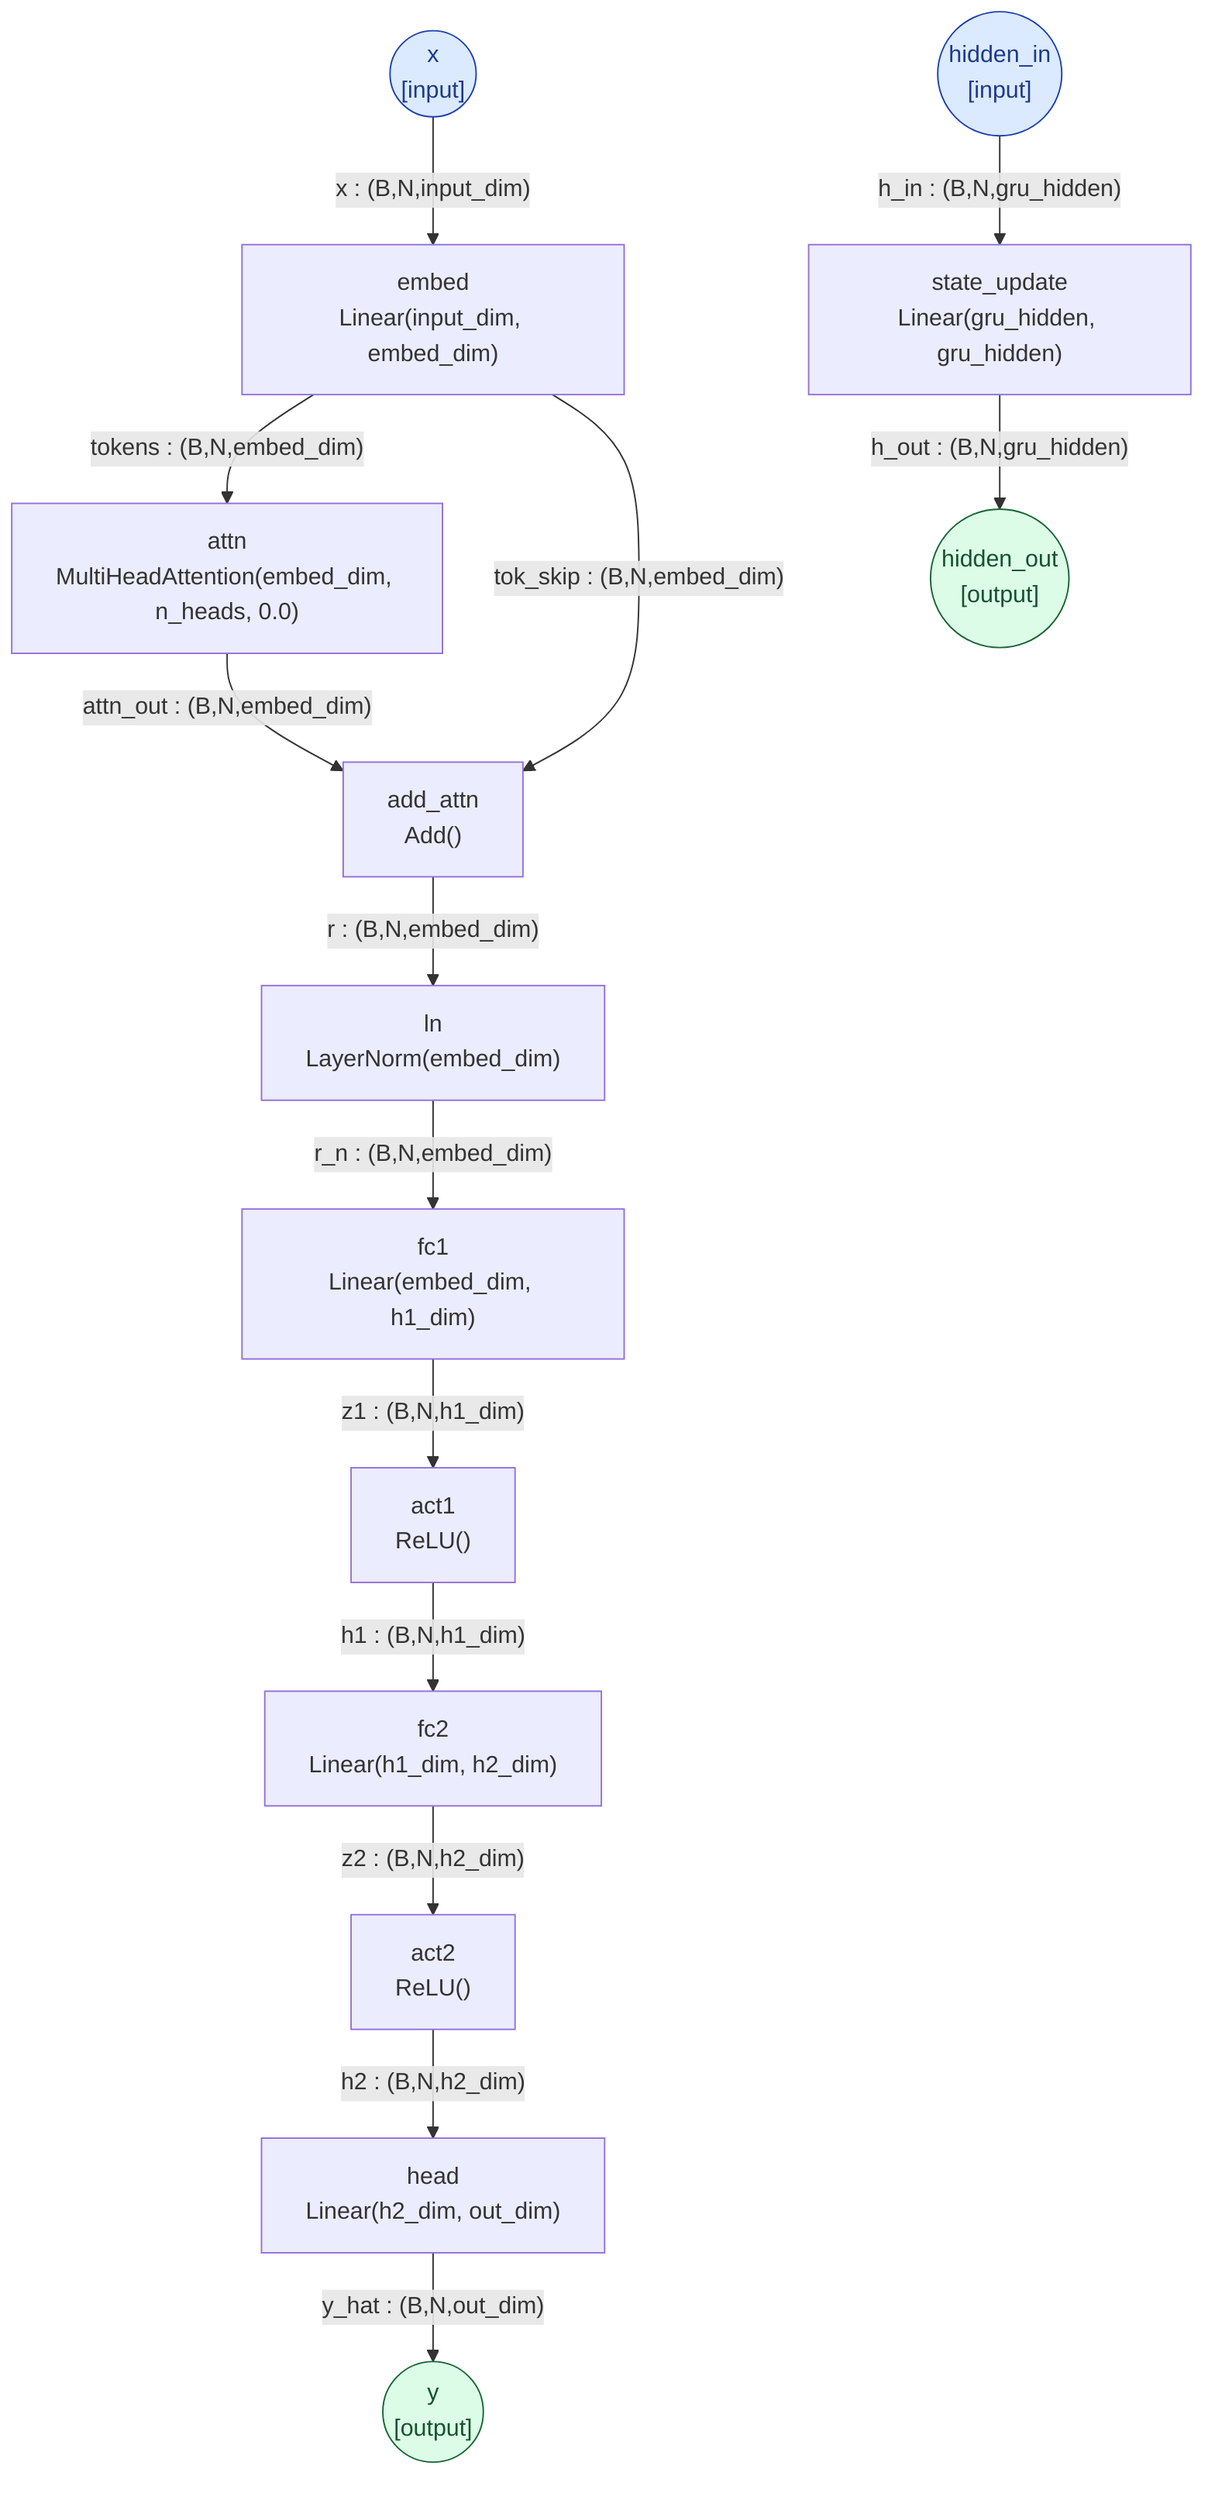
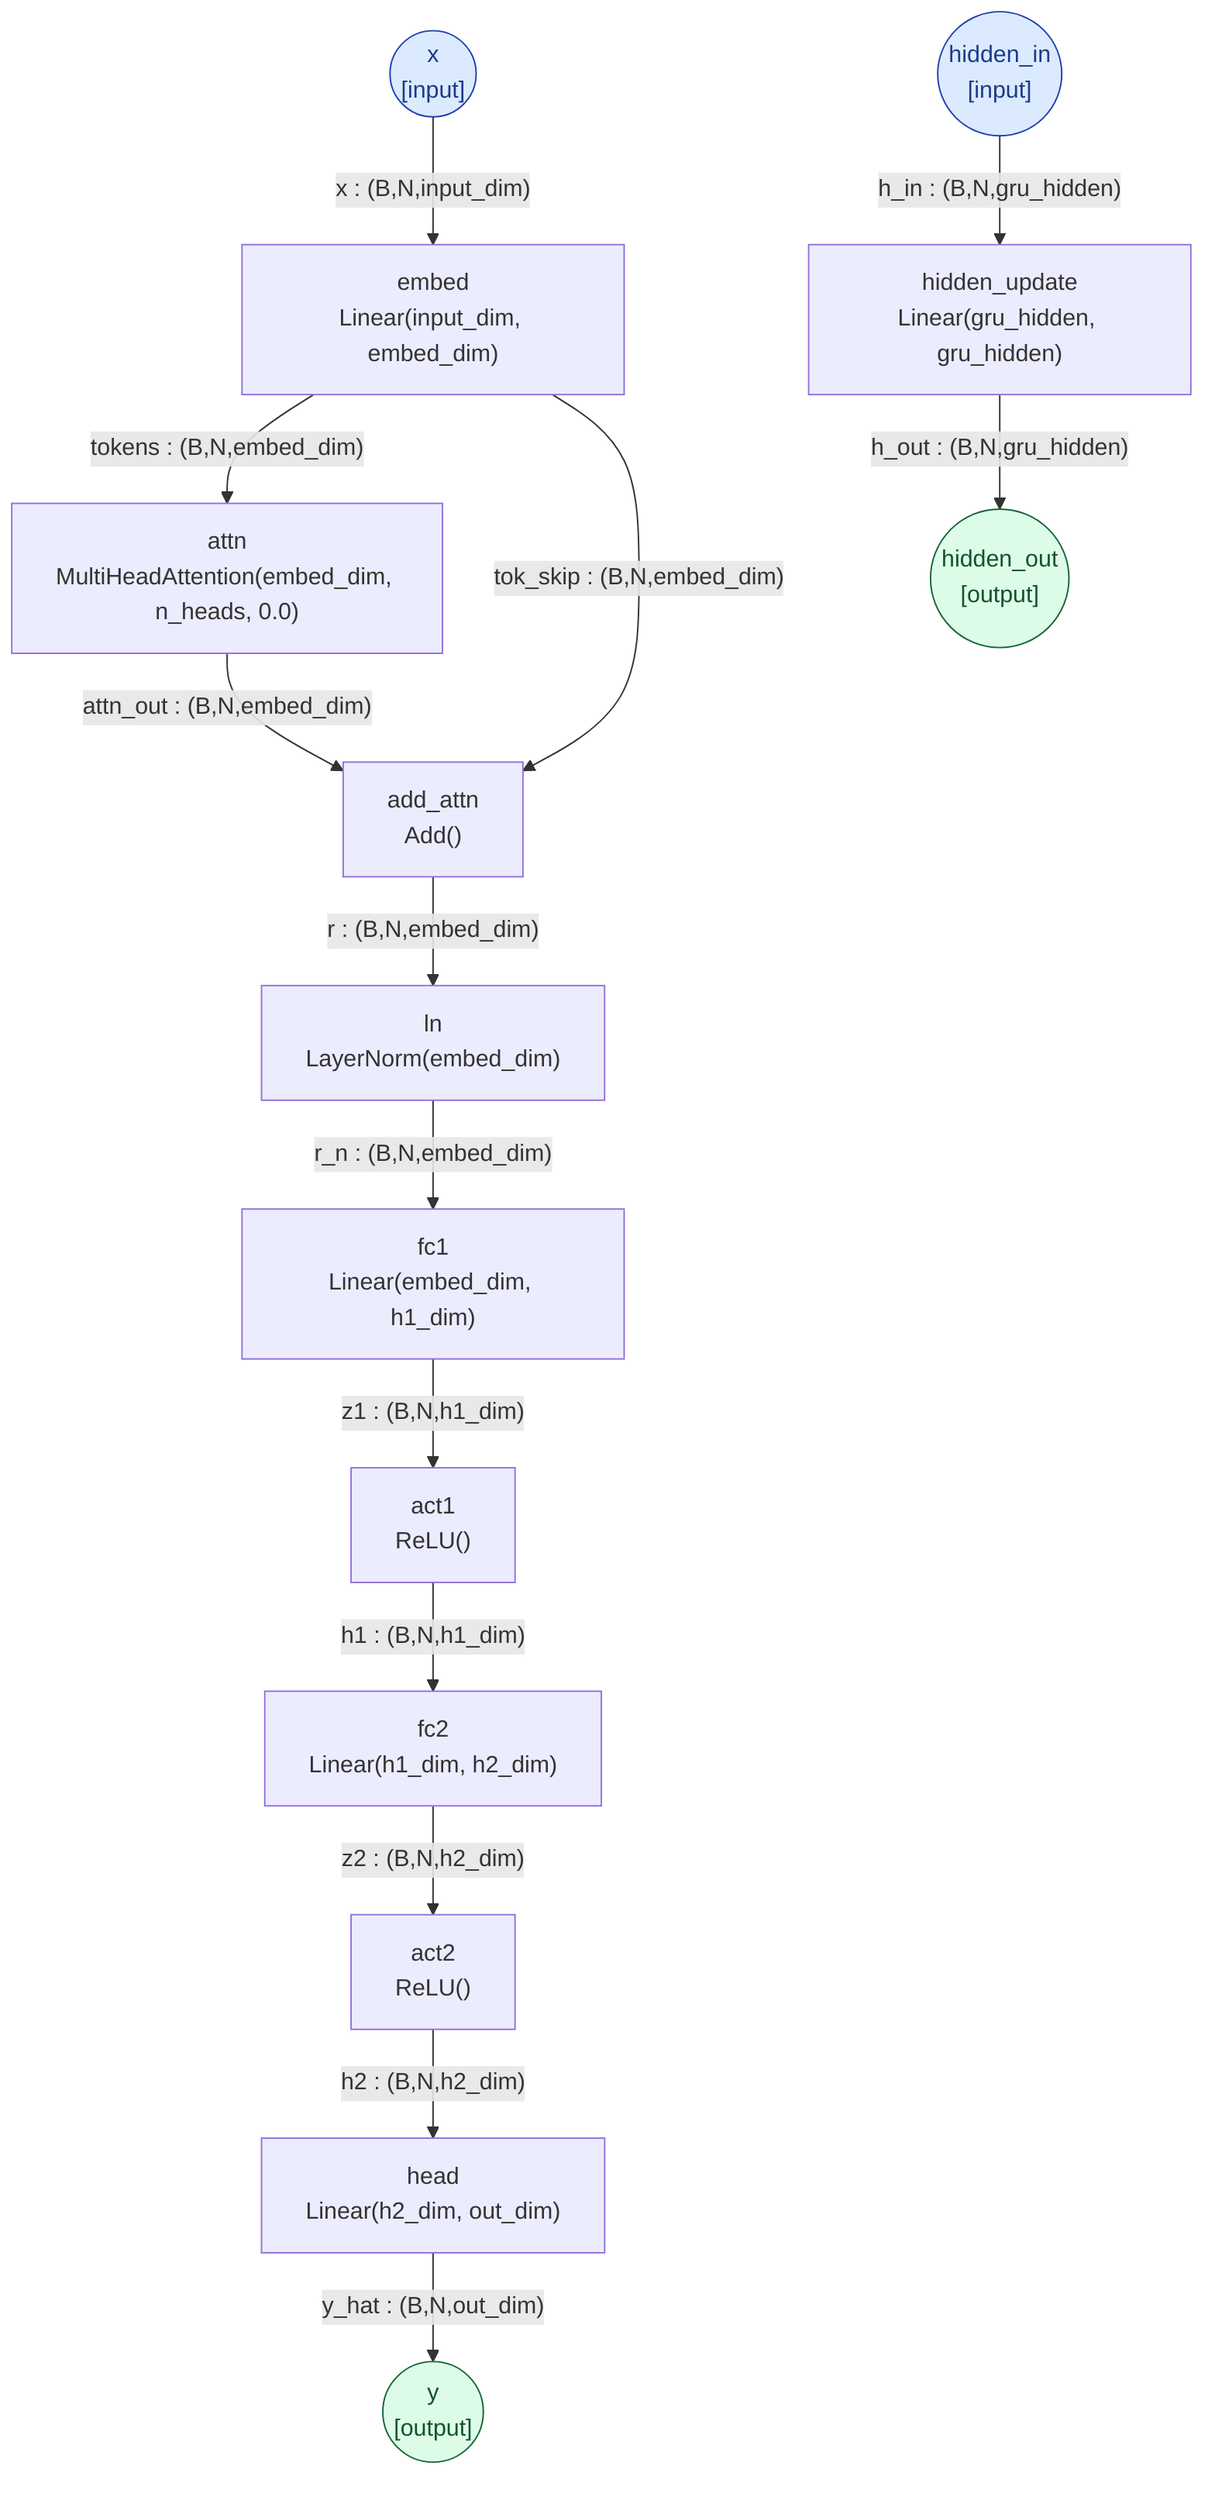
%% architecture TemporalWorldModel
flowchart TD
    x(("x<br/>[input]"))
    hidden_in(("hidden_in<br/>[input]"))
    embed["embed<br/>Linear(input_dim, embed_dim)"]
    attn["attn<br/>MultiHeadAttention(embed_dim, n_heads, 0.0)"]
    add_attn["add_attn<br/>Add()"]
    ln["ln<br/>LayerNorm(embed_dim)"]
    fc1["fc1<br/>Linear(embed_dim, h1_dim)"]
    act1["act1<br/>ReLU()"]
    fc2["fc2<br/>Linear(h1_dim, h2_dim)"]
    act2["act2<br/>ReLU()"]
    head["head<br/>Linear(h2_dim, out_dim)"]
    y(("y<br/>[output]"))
-     state_update["state_update<br/>Linear(gru_hidden, gru_hidden)"]
+     hidden_update["hidden_update<br/>Linear(gru_hidden, gru_hidden)"]
    hidden_out(("hidden_out<br/>[output]"))
    x -- "x : (B,N,input_dim)" --> embed
    embed -- "tokens : (B,N,embed_dim)" --> attn
    attn -- "attn_out : (B,N,embed_dim)" --> add_attn
    embed -- "tok_skip : (B,N,embed_dim)" --> add_attn
    add_attn -- "r : (B,N,embed_dim)" --> ln
    ln -- "r_n : (B,N,embed_dim)" --> fc1
    fc1 -- "z1 : (B,N,h1_dim)" --> act1
    act1 -- "h1 : (B,N,h1_dim)" --> fc2
    fc2 -- "z2 : (B,N,h2_dim)" --> act2
    act2 -- "h2 : (B,N,h2_dim)" --> head
    head -- "y_hat : (B,N,out_dim)" --> y
-     hidden_in -- "h_in : (B,N,gru_hidden)" --> state_update
-     state_update -- "h_out : (B,N,gru_hidden)" --> hidden_out
+     hidden_in -- "h_in : (B,N,gru_hidden)" --> hidden_update
+     hidden_update -- "h_out : (B,N,gru_hidden)" --> hidden_out
    classDef input fill:#dbeafe,stroke:#1e40af,color:#1e3a8a;
    class x,hidden_in input;
    classDef output fill:#dcfce7,stroke:#166534,color:#14532d;
    class y,hidden_out output;